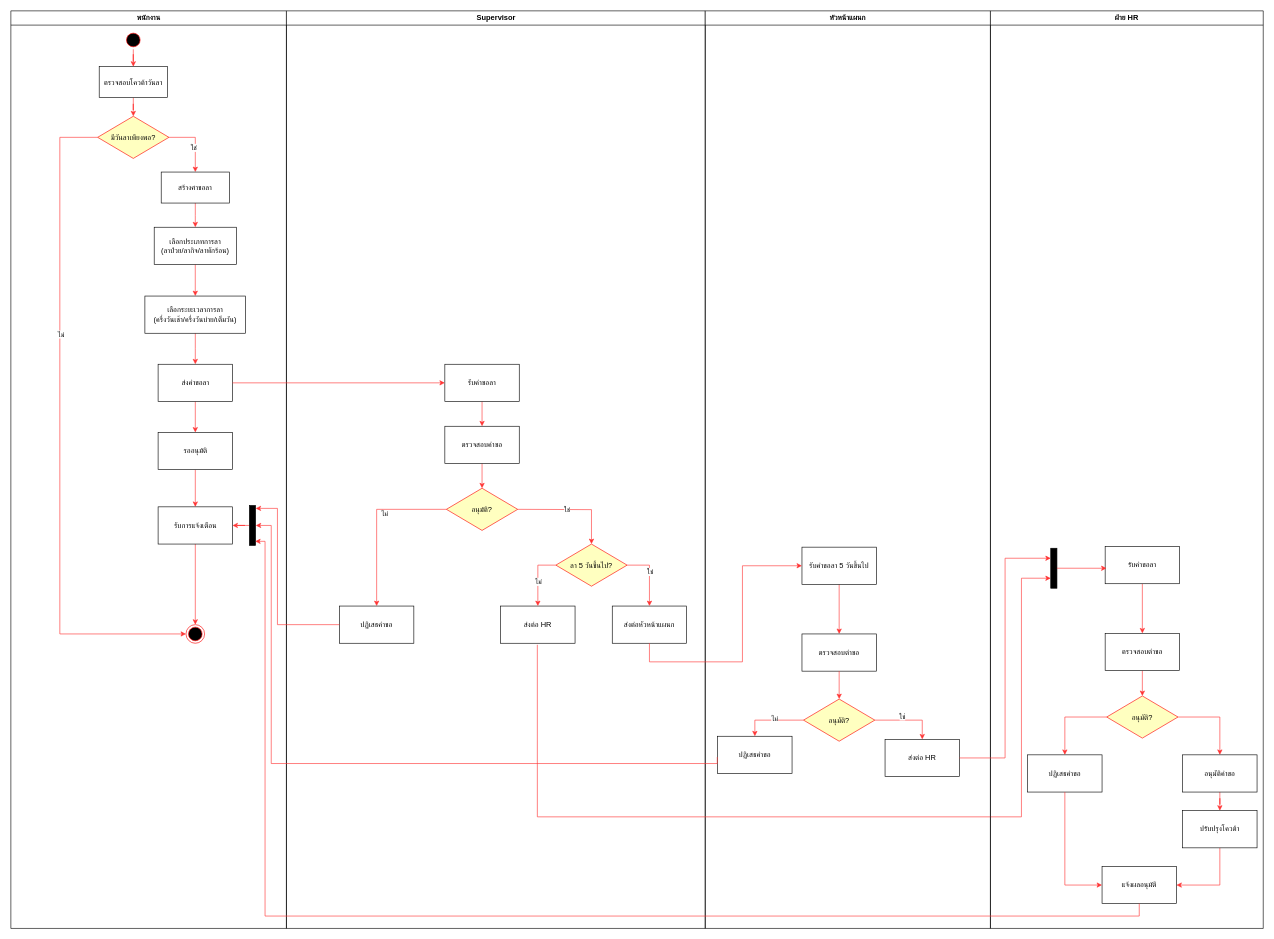
TezukaStar/employee-leave-management-system keeps this draw.io diagram as diagrams/draw.io/activity-diagram.drawio. Above is the earlier version. Source tidied: cells renumbered, new cells numbered last; positions are measured from the earlier drawing's top-left corner, leaving out a move shared by most shapes. Both pictures are drawn from the tidied source at 62%, with x=0, y=0 at pixel (11, 11).
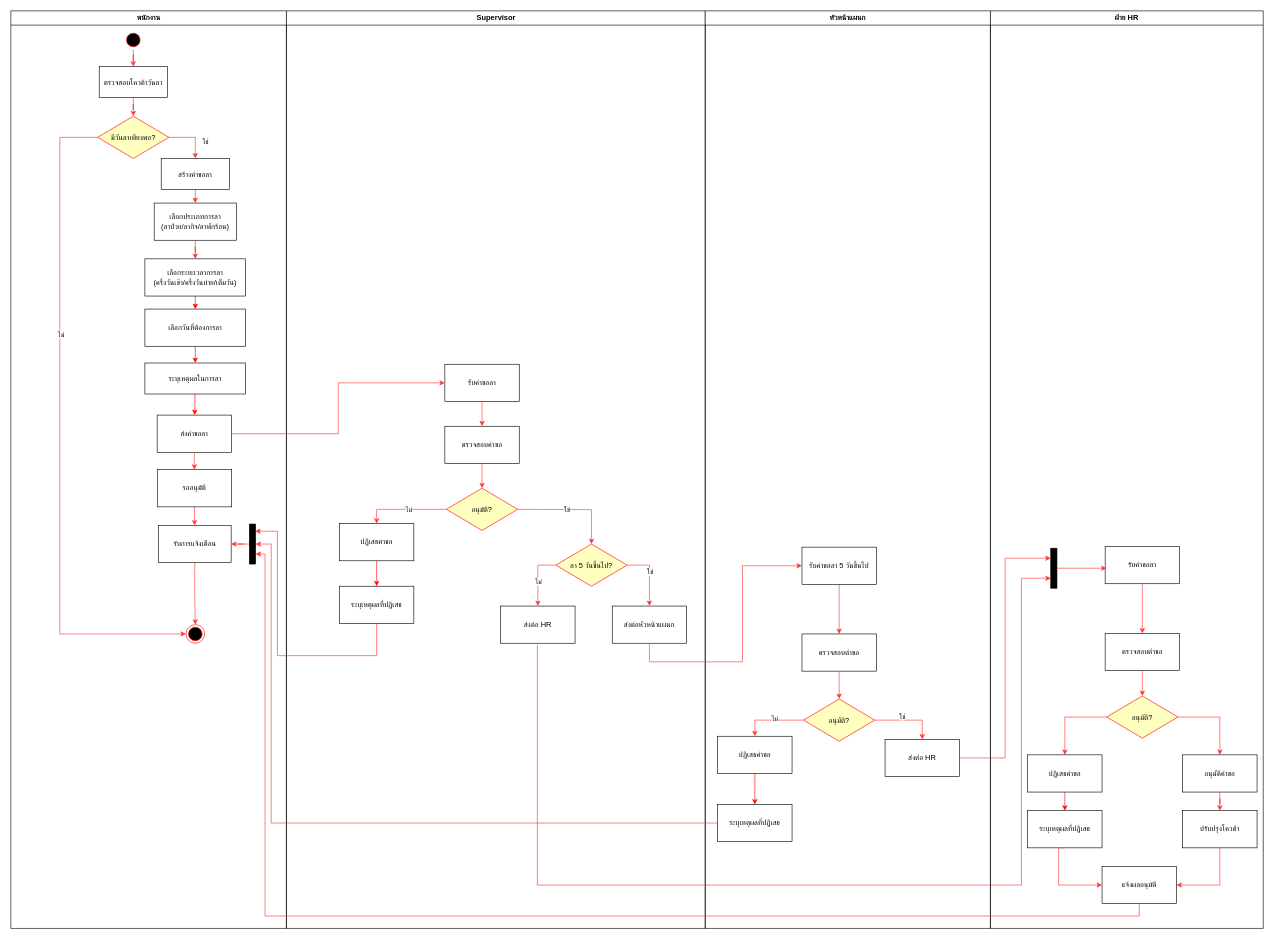
The same page after the edit.

Unchanged cells that the change refers to:
```xml
<mxCell id="2" value="พนักงาน" style="swimlane;whiteSpace=wrap;" parent="1" vertex="1">
  <mxGeometry width="444.5" height="1480" as="geometry" />
</mxCell>
<mxCell id="7" style="edgeStyle=orthogonalEdgeStyle;rounded=0;jettySize=auto;html=1;exitX=1;exitY=0.5;exitDx=0;exitDy=0;strokeColor=light-dark(#FF3333,#FFFFFF);" parent="2" edge="1" source="11" target="13">
  <mxGeometry relative="1" as="geometry" />
</mxCell>
<mxCell id="27" value="Supervisor" style="swimlane;whiteSpace=wrap;" parent="1" vertex="1">
  <mxGeometry x="444.5" width="675.5" height="1480" as="geometry" />
</mxCell>
<mxCell id="37" value="ส่งต่อ HR" style="whiteSpace=wrap;html=1;" parent="27" vertex="1">
  <mxGeometry x="345.5" y="960" width="120" height="60" as="geometry" />
</mxCell>
<mxCell id="40" value="อนุมัติ?" style="rhombus;fillColor=#ffffc0;strokeColor=#ff0000;" parent="27" vertex="1">
  <mxGeometry x="258" y="770" width="115" height="68" as="geometry" />
</mxCell>
<mxCell id="45" value="หัวหน้าแผนก" style="swimlane;whiteSpace=wrap;" parent="1" vertex="1">
  <mxGeometry x="1120" width="460" height="1480" as="geometry" />
</mxCell>
<mxCell id="56" value="ปฏิเสธคำขอ" style="whiteSpace=wrap;html=1;" parent="45" vertex="1">
  <mxGeometry x="20" y="1170" width="120" height="60" as="geometry" />
</mxCell>
<mxCell id="62" value="ฝ่าย HR" style="swimlane;whiteSpace=wrap;" parent="1" vertex="1">
  <mxGeometry x="1580" width="440" height="1480" as="geometry" />
</mxCell>
<mxCell id="65" style="whiteSpace=wrap;html=1;rounded=0;shadow=0;comic=0;labelBackgroundColor=none;strokeWidth=1;fillColor=#000000;fontFamily=Verdana;fontSize=12;align=center;rotation=-90;" parent="62" vertex="1">
  <mxGeometry x="70" y="894" width="64.5" height="10" as="geometry" />
</mxCell>
<mxCell id="72" value="ปฏิเสธคำขอ" style="whiteSpace=wrap;html=1;" parent="62" vertex="1">
  <mxGeometry x="60" y="1200" width="120" height="60" as="geometry" />
</mxCell>
<mxCell id="77" value="แจ้งผลอนุมัติ" style="whiteSpace=wrap;html=1;" parent="62" vertex="1">
  <mxGeometry x="180" y="1380" width="120" height="60" as="geometry" />
</mxCell>
```

The edit, as a diff of the source:
```diff
@@
     <mxCell id="8" value="ใช่" style="edgeLabel;html=1;align=center;verticalAlign=middle;" parent="7" vertex="1">
       <mxGeometry x="-0.28" y="3" relative="1" as="geometry">
-        <mxPoint x="4" y="19" as="offset" />
+        <mxPoint x="30" y="9" as="offset" />
       </mxGeometry>
     </mxCell>
@@
     <mxCell id="13" value="สร้างคำขอลา" parent="2" vertex="1">
-      <mxGeometry x="242.5" y="260" width="110" height="50" as="geometry" />
+      <mxGeometry x="242.5" y="238" width="110" height="50" as="geometry" />
     </mxCell>
@@
     <mxCell id="16" value="เลือกประเภทการลา&lt;div&gt;&lt;span style=&quot;color: rgb(0, 0, 0);&quot;&gt;(ลาป่วย/ลากิจ/ลาพักร้อน)&lt;/span&gt;&lt;/div&gt;" style="whiteSpace=wrap;html=1;" parent="2" vertex="1">
-      <mxGeometry x="231.2" y="349" width="132.5" height="60" as="geometry" />
+      <mxGeometry x="231.2" y="310" width="132.5" height="60" as="geometry" />
     </mxCell>
-    <mxCell id="17" style="edgeStyle=orthogonalEdgeStyle;rounded=0;jettySize=auto;html=1;strokeColor=light-dark(#FF3333,#FFFFFF);" parent="2" edge="1" source="18" target="20">
-      <mxGeometry relative="1" as="geometry" />
-    </mxCell>
+    <mxCell id="81" style="edgeStyle=none;html=1;strokeColor=#FF0000;" parent="2" edge="1" source="18" target="85">
+      <mxGeometry relative="1" as="geometry" />
+    </mxCell>
     <mxCell id="18" value="เลือกระยะเวลาการลา&lt;div&gt;&lt;span style=&quot;color: rgb(0, 0, 0);&quot;&gt;(ครึ่งวันเช้า/ครึ่งวันบ่าย/เต็มวัน)&lt;/span&gt;&lt;/div&gt;" style="whiteSpace=wrap;html=1;" parent="2" vertex="1">
-      <mxGeometry x="216.2" y="460" width="162.5" height="60" as="geometry" />
+      <mxGeometry x="216.2" y="400" width="162.5" height="60" as="geometry" />
     </mxCell>
@@
     <mxCell id="20" value="ส่งคำขอลา" style="whiteSpace=wrap;html=1;" parent="2" vertex="1">
-      <mxGeometry x="237.5" y="570" width="120" height="60" as="geometry" />
+      <mxGeometry x="236" y="652" width="120" height="60" as="geometry" />
     </mxCell>
@@
     <mxCell id="22" value="รออนุมัติ" style="whiteSpace=wrap;html=1;" parent="2" vertex="1">
-      <mxGeometry x="237.5" y="680" width="120" height="60" as="geometry" />
+      <mxGeometry x="236.2" y="740" width="120" height="60" as="geometry" />
     </mxCell>
@@
     <mxCell id="24" value="รับการแจ้งเตือน" style="whiteSpace=wrap;html=1;" parent="2" vertex="1">
-      <mxGeometry x="237.5" y="800" width="120" height="60" as="geometry" />
+      <mxGeometry x="237.8" y="830" width="117.5" height="60" as="geometry" />
     </mxCell>
@@
     <mxCell id="26" style="whiteSpace=wrap;html=1;rounded=0;shadow=0;comic=0;labelBackgroundColor=none;strokeWidth=1;fillColor=#000000;fontFamily=Verdana;fontSize=12;align=center;rotation=-90;" parent="2" vertex="1">
-      <mxGeometry x="357.5" y="825" width="64.5" height="10" as="geometry" />
+      <mxGeometry x="357.5" y="855" width="64.5" height="10" as="geometry" />
     </mxCell>
+    <mxCell id="82" style="edgeStyle=none;html=1;strokeColor=#FF0000;" parent="2" edge="1" source="83" target="20">
+      <mxGeometry relative="1" as="geometry" />
+    </mxCell>
+    <mxCell id="83" value="ระบุเหตุผลในการลา" style="whiteSpace=wrap;html=1;" parent="2" vertex="1">
+      <mxGeometry x="216.2" y="568" width="162.5" height="50" as="geometry" />
+    </mxCell>
+    <mxCell id="84" style="edgeStyle=none;html=1;strokeColor=#FF0000;" parent="2" edge="1" source="85" target="83">
+      <mxGeometry relative="1" as="geometry" />
+    </mxCell>
+    <mxCell id="85" value="เลือกวันที่ต้องการลา" style="whiteSpace=wrap;html=1;" parent="2" vertex="1">
+      <mxGeometry x="216.2" y="481" width="162.5" height="60" as="geometry" />
+    </mxCell>
@@
-    <mxCell id="32" style="edgeStyle=orthogonalEdgeStyle;rounded=0;jettySize=auto;html=1;entryX=0.5;entryY=0;entryDx=0;entryDy=0;strokeColor=light-dark(#FF3333,#FFFFFF);" parent="27" edge="1" target="38">
-      <mxGeometry relative="1" as="geometry">
-        <mxPoint x="258" y="804" as="sourcePoint" />
-        <Array as="points">
-          <mxPoint x="146" y="804" />
-          <mxPoint x="146" y="960" />
-        </Array>
-      </mxGeometry>
-    </mxCell>
-    <mxCell id="33" value="ไม่" style="edgeLabel;html=1;align=center;verticalAlign=middle;" parent="32" vertex="1">
-      <mxGeometry x="-0.1" y="-3" relative="1" as="geometry">
-        <mxPoint x="15" y="-1" as="offset" />
-      </mxGeometry>
-    </mxCell>
@@
+    <mxCell id="86" style="edgeStyle=none;html=1;entryX=0.5;entryY=0;entryDx=0;entryDy=0;strokeColor=#FF0000;" parent="27" edge="1" source="38" target="87">
+      <mxGeometry relative="1" as="geometry" />
+    </mxCell>
     <mxCell id="38" value="ปฏิเสธคำขอ" style="whiteSpace=wrap;html=1;" parent="27" vertex="1">
-      <mxGeometry x="85.5" y="960" width="120" height="60" as="geometry" />
+      <mxGeometry x="85.5" y="827" width="120" height="60" as="geometry" />
     </mxCell>
@@
+    <mxCell id="87" value="ระบุเหตุผลที่ปฏิเสธ" style="whiteSpace=wrap;html=1;" parent="27" vertex="1">
+      <mxGeometry x="85.5" y="928" width="120" height="60" as="geometry" />
+    </mxCell>
+    <mxCell id="88" style="edgeStyle=orthogonalEdgeStyle;rounded=0;jettySize=auto;html=1;strokeColor=light-dark(#FF3333,#FFFFFF);entryX=0.5;entryY=0;entryDx=0;entryDy=0;exitX=0;exitY=0.5;exitDx=0;exitDy=0;" parent="27" edge="1" source="40" target="38">
+      <mxGeometry relative="1" as="geometry" />
+    </mxCell>
+    <mxCell id="33" value="ไม่" style="edgeLabel;html=1;align=center;verticalAlign=middle;" parent="88" vertex="1">
+      <mxGeometry x="-0.1" relative="1" as="geometry" />
+    </mxCell>
@@
+    <mxCell id="89" style="edgeStyle=none;html=1;entryX=0.5;entryY=0;entryDx=0;entryDy=0;strokeColor=#FF0000;" parent="45" edge="1" source="56" target="90">
+      <mxGeometry relative="1" as="geometry" />
+    </mxCell>
@@
+    <mxCell id="90" value="&lt;span style=&quot;color: rgb(0, 0, 0);&quot;&gt;ระบุเหตุผลที่ปฏิเสธ&lt;/span&gt;" style="whiteSpace=wrap;html=1;" parent="45" vertex="1">
+      <mxGeometry x="20" y="1280" width="120" height="60" as="geometry" />
+    </mxCell>
@@
-    <mxCell id="58" style="edgeStyle=orthogonalEdgeStyle;rounded=0;jettySize=auto;html=1;entryX=0.927;entryY=1.012;entryDx=0;entryDy=0;entryPerimeter=0;strokeColor=light-dark(#FF3333,#FFFFFF);" parent="1" edge="1" source="38" target="26">
+    <mxCell id="58" style="edgeStyle=orthogonalEdgeStyle;rounded=0;jettySize=auto;html=1;entryX=0.821;entryY=0.939;entryDx=0;entryDy=0;entryPerimeter=0;strokeColor=light-dark(#FF3333,#FFFFFF);exitX=0.5;exitY=1;exitDx=0;exitDy=0;" parent="1" edge="1" source="87" target="26">
       <mxGeometry relative="1" as="geometry">
         <Array as="points">
-          <mxPoint x="430" y="990" />
-          <mxPoint x="430" y="802" />
+          <mxPoint x="590" y="1040" />
+          <mxPoint x="430" y="1040" />
+          <mxPoint x="430" y="839" />
         </Array>
       </mxGeometry>
     </mxCell>
@@
-    <mxCell id="60" style="edgeStyle=orthogonalEdgeStyle;rounded=0;jettySize=auto;html=1;strokeColor=light-dark(#FF3333,#FFFFFF);exitX=-0.005;exitY=0.559;exitDx=0;exitDy=0;exitPerimeter=0;" parent="1" edge="1" source="56">
+    <mxCell id="60" style="edgeStyle=orthogonalEdgeStyle;rounded=0;jettySize=auto;html=1;strokeColor=light-dark(#FF3333,#FFFFFF);exitX=0;exitY=0.5;exitDx=0;exitDy=0;entryX=0.5;entryY=1;entryDx=0;entryDy=0;" parent="1" edge="1" source="90" target="26">
       <mxGeometry relative="1" as="geometry">
-        <mxPoint x="395" y="830" as="targetPoint" />
         <Array as="points">
-          <mxPoint x="420" y="1214" />
-          <mxPoint x="420" y="830" />
+          <mxPoint x="420" y="1310" />
+          <mxPoint x="420" y="860" />
         </Array>
       </mxGeometry>
     </mxCell>
     <mxCell id="61" style="edgeStyle=orthogonalEdgeStyle;rounded=0;jettySize=auto;html=1;strokeColor=light-dark(#FF3333,#FFFFFF);exitX=0.493;exitY=1.041;exitDx=0;exitDy=0;exitPerimeter=0;entryX=0.25;entryY=0;entryDx=0;entryDy=0;" parent="1" edge="1" source="37" target="65">
       <mxGeometry relative="1" as="geometry">
         <Array as="points">
-          <mxPoint x="849" y="1300" />
-          <mxPoint x="1630" y="1300" />
+          <mxPoint x="849" y="1410" />
+          <mxPoint x="1630" y="1410" />
           <mxPoint x="1630" y="915" />
         </Array>
       </mxGeometry>
     </mxCell>
@@
+    <mxCell id="91" style="edgeStyle=none;html=1;exitX=0.5;exitY=1;exitDx=0;exitDy=0;entryX=0.5;entryY=0;entryDx=0;entryDy=0;strokeColor=#FF0000;" parent="62" edge="1" source="72" target="92">
+      <mxGeometry relative="1" as="geometry" />
+    </mxCell>
@@
-    <mxCell id="78" style="edgeStyle=orthogonalEdgeStyle;rounded=0;jettySize=auto;html=1;entryX=0;entryY=0.5;entryDx=0;entryDy=0;strokeColor=light-dark(#FF3333,#FFFFFF);" parent="62" edge="1" source="72" target="77">
-      <mxGeometry relative="1" as="geometry">
-        <Array as="points">
-          <mxPoint x="120" y="1410" />
-        </Array>
-      </mxGeometry>
-    </mxCell>
+    <mxCell id="92" value="&lt;span style=&quot;color: rgb(0, 0, 0);&quot;&gt;ระบุเหตุผลที่ปฏิเสธ&lt;/span&gt;" style="whiteSpace=wrap;html=1;" parent="62" vertex="1">
+      <mxGeometry x="60" y="1290" width="120" height="60" as="geometry" />
+    </mxCell>
+    <mxCell id="93" style="edgeStyle=orthogonalEdgeStyle;rounded=0;jettySize=auto;html=1;strokeColor=light-dark(#FF3333,#FFFFFF);exitX=0.5;exitY=1;exitDx=0;exitDy=0;entryX=0;entryY=0.5;entryDx=0;entryDy=0;" parent="62" edge="1" source="92" target="77">
+      <mxGeometry relative="1" as="geometry">
+        <Array as="points">
+          <mxPoint x="110" y="1350" />
+          <mxPoint x="110" y="1410" />
+        </Array>
+      </mxGeometry>
+    </mxCell>
@@
-    <mxCell id="80" style="edgeStyle=orthogonalEdgeStyle;rounded=0;jettySize=auto;html=1;entryX=0.103;entryY=0.934;entryDx=0;entryDy=0;entryPerimeter=0;strokeColor=light-dark(#FF3333,#FFFFFF);" parent="1" edge="1" source="77" target="26">
+    <mxCell id="80" style="edgeStyle=orthogonalEdgeStyle;rounded=0;jettySize=auto;html=1;strokeColor=light-dark(#FF3333,#FFFFFF);entryX=0.25;entryY=1;entryDx=0;entryDy=0;" parent="1" edge="1" source="77" target="26">
       <mxGeometry relative="1" as="geometry">
         <Array as="points">
           <mxPoint x="1820" y="1460" />
           <mxPoint x="410" y="1460" />
-          <mxPoint x="410" y="856" />
+          <mxPoint x="410" y="876" />
         </Array>
       </mxGeometry>
     </mxCell>
```
